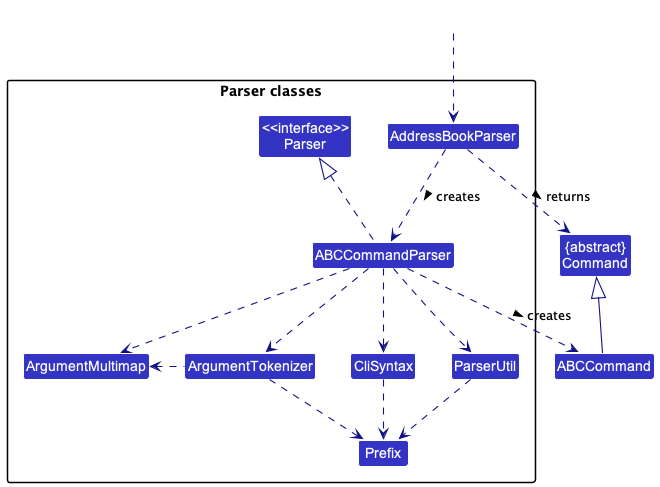
Earlier version of the PlantUML export docs/images/ParserClasses.png (nus-cs2103-AY2223S1/tp).
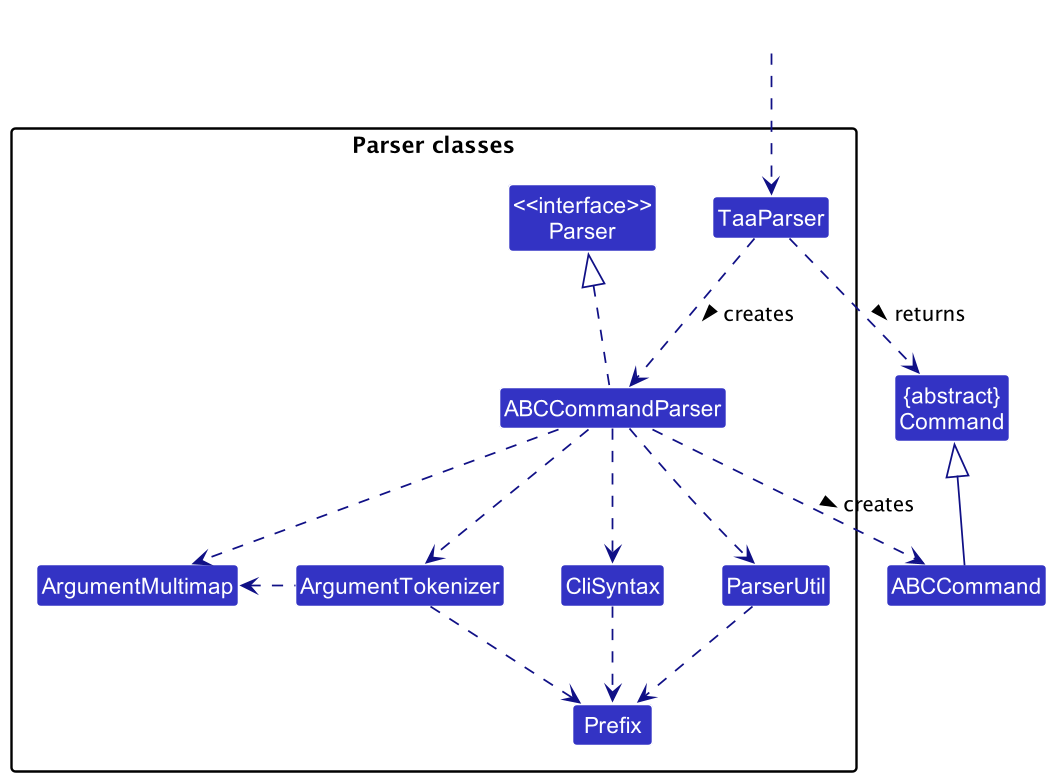
The same diagram one commit later.

Diff of the diagram source:
```diff
@@ -9,7 +9,7 @@
 
 package "Parser classes"{
 Class "<<interface>>\nParser" as Parser
-Class AddressBookParser
+Class TaaParser
 Class ABCCommandParser
 Class CliSyntax
 Class ParserUtil
@@ -19,12 +19,12 @@
 }
 
 Class HiddenOutside #FFFFFF
-HiddenOutside ..> AddressBookParser
+HiddenOutside ..> TaaParser
 
-AddressBookParser .down.> ABCCommandParser: creates >
+TaaParser .down.> ABCCommandParser: creates >
 
 ABCCommandParser ..> ABCCommand : creates >
-AddressBookParser ..> Command : returns >
+TaaParser ..> Command : returns >
 ABCCommandParser .up.|> Parser
 ABCCommandParser ..> ArgumentMultimap
 ABCCommandParser ..> ArgumentTokenizer
```
